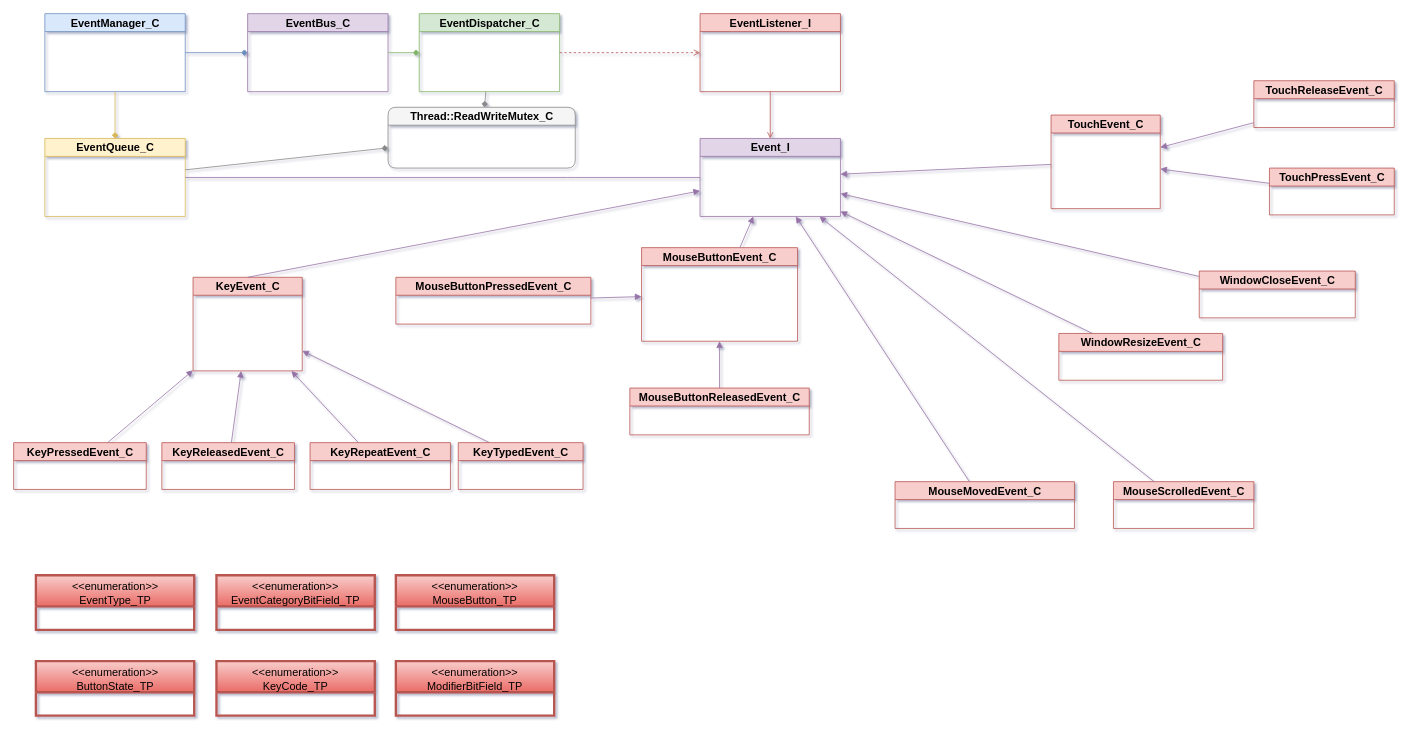
Before: docs/events/diagrams/events.drawio in vertexnova/vneevents, a draw.io diagram. Source tidied: cells renumbered, new cells numbered last; positions are measured from the earlier drawing's top-left corner, leaving out a move shared by most shapes. Both pictures are drawn from the tidied source at 78%, with x=0, y=0 at pixel (13, 13).
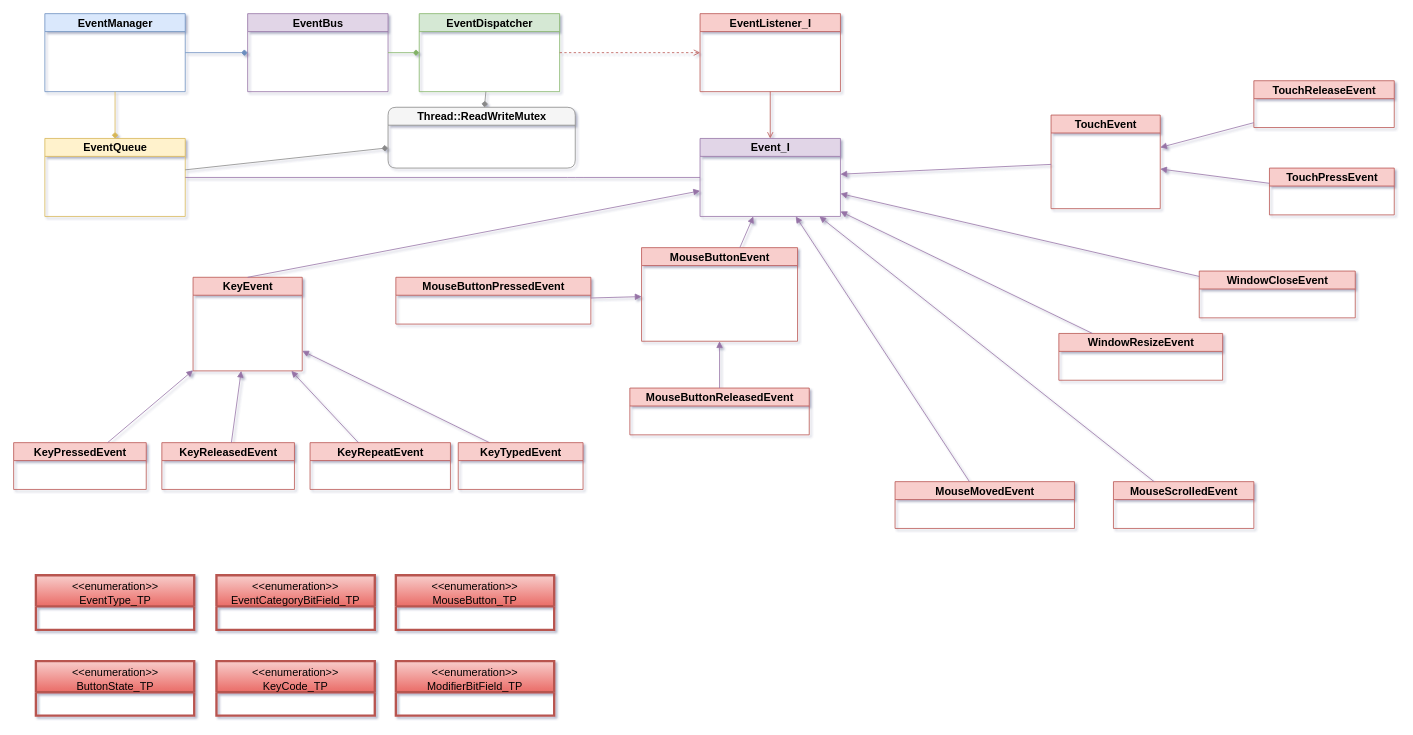
The same diagram, later.

Commit message (it also covers changes not shown here):
Remove _C suffix from class names in Doxygen diagrams

- Remove _C suffix from all class names in draw.io diagrams
- Keep _I suffix for interfaces (EventListener_I, Event_I)
- Keep _TP suffix for type parameters (EventType_TP, etc.)
- Update both events.drawio and input.drawio diagrams
- Aligns with coding guidelines: PascalCase for classes, no _C suffix

Change to the diagram source:
```diff
@@
-    <mxCell id="2" value="EventManager_C" style="swimlane;html=1;fillColor=#dae8fc;strokeColor=#6c8ebf;fontSize=14;fontStyle=1;" parent="1" vertex="1">
+    <mxCell id="2" value="EventManager" style="swimlane;html=1;fillColor=#dae8fc;strokeColor=#6c8ebf;fontSize=14;fontStyle=1;" parent="1" vertex="1">
       <mxGeometry x="40" width="180" height="100" as="geometry" />
     </mxCell>
-    <mxCell id="3" value="EventBus_C" style="swimlane;html=1;fillColor=#e1d5e7;strokeColor=#9673a6;fontSize=14;fontStyle=1;" parent="1" vertex="1">
+    <mxCell id="3" value="EventBus" style="swimlane;html=1;fillColor=#e1d5e7;strokeColor=#9673a6;fontSize=14;fontStyle=1;" parent="1" vertex="1">
       <mxGeometry x="300" width="180" height="100" as="geometry" />
     </mxCell>
-    <mxCell id="4" value="EventQueue_C" style="swimlane;html=1;fillColor=#fff2cc;strokeColor=#d6b656;fontSize=14;fontStyle=1;" parent="1" vertex="1">
+    <mxCell id="4" value="EventQueue" style="swimlane;html=1;fillColor=#fff2cc;strokeColor=#d6b656;fontSize=14;fontStyle=1;" parent="1" vertex="1">
       <mxGeometry x="40" y="160" width="180" height="100" as="geometry" />
     </mxCell>
-    <mxCell id="5" value="EventDispatcher_C" style="swimlane;html=1;fillColor=#d5e8d4;strokeColor=#82b366;fontSize=14;fontStyle=1;" parent="1" vertex="1">
+    <mxCell id="5" value="EventDispatcher" style="swimlane;html=1;fillColor=#d5e8d4;strokeColor=#82b366;fontSize=14;fontStyle=1;" parent="1" vertex="1">
       <mxGeometry x="520" width="180" height="100" as="geometry" />
     </mxCell>
@@
-    <mxCell id="14" value="KeyEvent_C" style="swimlane;html=1;fillColor=#f8cecc;strokeColor=#b85450;fontSize=14;" parent="1" vertex="1">
+    <mxCell id="14" value="KeyEvent" style="swimlane;html=1;fillColor=#f8cecc;strokeColor=#b85450;fontSize=14;" parent="1" vertex="1">
       <mxGeometry x="230" y="338" width="140" height="120" as="geometry" />
     </mxCell>
@@
-    <mxCell id="16" value="KeyPressedEvent_C" style="swimlane;html=1;fillColor=#f8cecc;strokeColor=#b85450;fontSize=14;" parent="1" vertex="1">
+    <mxCell id="16" value="KeyPressedEvent" style="swimlane;html=1;fillColor=#f8cecc;strokeColor=#b85450;fontSize=14;" parent="1" vertex="1">
       <mxGeometry y="550" width="170" height="60" as="geometry" />
     </mxCell>
@@
-    <mxCell id="18" value="KeyReleasedEvent_C" style="swimlane;html=1;fillColor=#f8cecc;strokeColor=#b85450;fontSize=14;" parent="1" vertex="1">
+    <mxCell id="18" value="KeyReleasedEvent" style="swimlane;html=1;fillColor=#f8cecc;strokeColor=#b85450;fontSize=14;" parent="1" vertex="1">
       <mxGeometry x="190" y="550" width="170" height="60" as="geometry" />
     </mxCell>
@@
-    <mxCell id="20" value="KeyRepeatEvent_C" style="swimlane;html=1;fillColor=#f8cecc;strokeColor=#b85450;fontSize=14;" parent="1" vertex="1">
+    <mxCell id="20" value="KeyRepeatEvent" style="swimlane;html=1;fillColor=#f8cecc;strokeColor=#b85450;fontSize=14;" parent="1" vertex="1">
       <mxGeometry x="380" y="550" width="180" height="60" as="geometry" />
     </mxCell>
@@
-    <mxCell id="23" value="MouseButtonEvent_C" style="swimlane;html=1;fillColor=#f8cecc;strokeColor=#b85450;fontSize=14;" parent="1" vertex="1">
+    <mxCell id="23" value="MouseButtonEvent" style="swimlane;html=1;fillColor=#f8cecc;strokeColor=#b85450;fontSize=14;" parent="1" vertex="1">
       <mxGeometry x="805" y="300" width="200" height="120" as="geometry" />
     </mxCell>
@@
-    <mxCell id="25" value="MouseButtonPressedEvent_C" style="swimlane;html=1;fillColor=#f8cecc;strokeColor=#b85450;fontSize=14;" parent="1" vertex="1">
+    <mxCell id="25" value="MouseButtonPressedEvent" style="swimlane;html=1;fillColor=#f8cecc;strokeColor=#b85450;fontSize=14;" parent="1" vertex="1">
       <mxGeometry x="490" y="338" width="250" height="60" as="geometry" />
     </mxCell>
@@
-    <mxCell id="27" value="MouseButtonReleasedEvent_C" style="swimlane;html=1;fillColor=#f8cecc;strokeColor=#b85450;fontSize=14;" parent="1" vertex="1">
+    <mxCell id="27" value="MouseButtonReleasedEvent" style="swimlane;html=1;fillColor=#f8cecc;strokeColor=#b85450;fontSize=14;" parent="1" vertex="1">
       <mxGeometry x="790" y="480" width="230" height="60" as="geometry" />
     </mxCell>
@@
-    <mxCell id="29" value="MouseMovedEvent_C" style="swimlane;html=1;fillColor=#f8cecc;strokeColor=#b85450;fontSize=14;" parent="1" vertex="1">
+    <mxCell id="29" value="MouseMovedEvent" style="swimlane;html=1;fillColor=#f8cecc;strokeColor=#b85450;fontSize=14;" parent="1" vertex="1">
       <mxGeometry x="1130" y="600" width="230" height="60" as="geometry" />
     </mxCell>
@@
-    <mxCell id="31" value="MouseScrolledEvent_C" style="swimlane;html=1;fillColor=#f8cecc;strokeColor=#b85450;fontSize=14;" parent="1" vertex="1">
+    <mxCell id="31" value="MouseScrolledEvent" style="swimlane;html=1;fillColor=#f8cecc;strokeColor=#b85450;fontSize=14;" parent="1" vertex="1">
       <mxGeometry x="1410" y="600" width="180" height="60" as="geometry" />
     </mxCell>
@@
-    <mxCell id="33" value="TouchEvent_C" style="swimlane;html=1;fillColor=#f8cecc;strokeColor=#b85450;fontSize=14;" parent="1" vertex="1">
+    <mxCell id="33" value="TouchEvent" style="swimlane;html=1;fillColor=#f8cecc;strokeColor=#b85450;fontSize=14;" parent="1" vertex="1">
       <mxGeometry x="1330" y="130" width="140" height="120" as="geometry" />
     </mxCell>
@@
-    <mxCell id="35" value="TouchPressEvent_C" style="swimlane;html=1;fillColor=#f8cecc;strokeColor=#b85450;fontSize=14;" parent="1" vertex="1">
+    <mxCell id="35" value="TouchPressEvent" style="swimlane;html=1;fillColor=#f8cecc;strokeColor=#b85450;fontSize=14;" parent="1" vertex="1">
       <mxGeometry x="1610" y="198" width="160" height="60" as="geometry" />
     </mxCell>
@@
-    <mxCell id="37" value="TouchReleaseEvent_C" style="swimlane;html=1;fillColor=#f8cecc;strokeColor=#b85450;fontSize=14;" parent="1" vertex="1">
+    <mxCell id="37" value="TouchReleaseEvent" style="swimlane;html=1;fillColor=#f8cecc;strokeColor=#b85450;fontSize=14;" parent="1" vertex="1">
       <mxGeometry x="1590" y="86" width="180" height="60" as="geometry" />
     </mxCell>
@@
-    <mxCell id="39" value="WindowResizeEvent_C" style="swimlane;html=1;fillColor=#f8cecc;strokeColor=#b85450;fontSize=14;" parent="1" vertex="1">
+    <mxCell id="39" value="WindowResizeEvent" style="swimlane;html=1;fillColor=#f8cecc;strokeColor=#b85450;fontSize=14;" parent="1" vertex="1">
       <mxGeometry x="1340" y="410" width="210" height="60" as="geometry" />
     </mxCell>
@@
-    <mxCell id="41" value="WindowCloseEvent_C" style="swimlane;html=1;fillColor=#f8cecc;strokeColor=#b85450;fontSize=14;" parent="1" vertex="1">
+    <mxCell id="41" value="WindowCloseEvent" style="swimlane;html=1;fillColor=#f8cecc;strokeColor=#b85450;fontSize=14;" parent="1" vertex="1">
       <mxGeometry x="1520" y="330" width="200" height="60" as="geometry" />
     </mxCell>
@@
-    <mxCell id="49" value="KeyTypedEvent_C" style="swimlane;html=1;fillColor=#f8cecc;strokeColor=#b85450;fontSize=14;" parent="1" vertex="1">
+    <mxCell id="49" value="KeyTypedEvent" style="swimlane;html=1;fillColor=#f8cecc;strokeColor=#b85450;fontSize=14;" parent="1" vertex="1">
       <mxGeometry x="570" y="550" width="160" height="60" as="geometry" />
     </mxCell>
-    <mxCell id="50" value="&lt;div&gt;Thread::ReadWriteMutex_C&lt;/div&gt;" style="swimlane;html=1;fillColor=#f5f5f5;strokeColor=#888888;fontSize=14;fontStyle=1;rounded=1;" parent="1" vertex="1">
+    <mxCell id="50" value="&lt;div&gt;Thread::ReadWriteMutex&lt;/div&gt;" style="swimlane;html=1;fillColor=#f5f5f5;strokeColor=#888888;fontSize=14;fontStyle=1;rounded=1;" parent="1" vertex="1">
       <mxGeometry x="480" y="120" width="240" height="78" as="geometry" />
     </mxCell>
```
